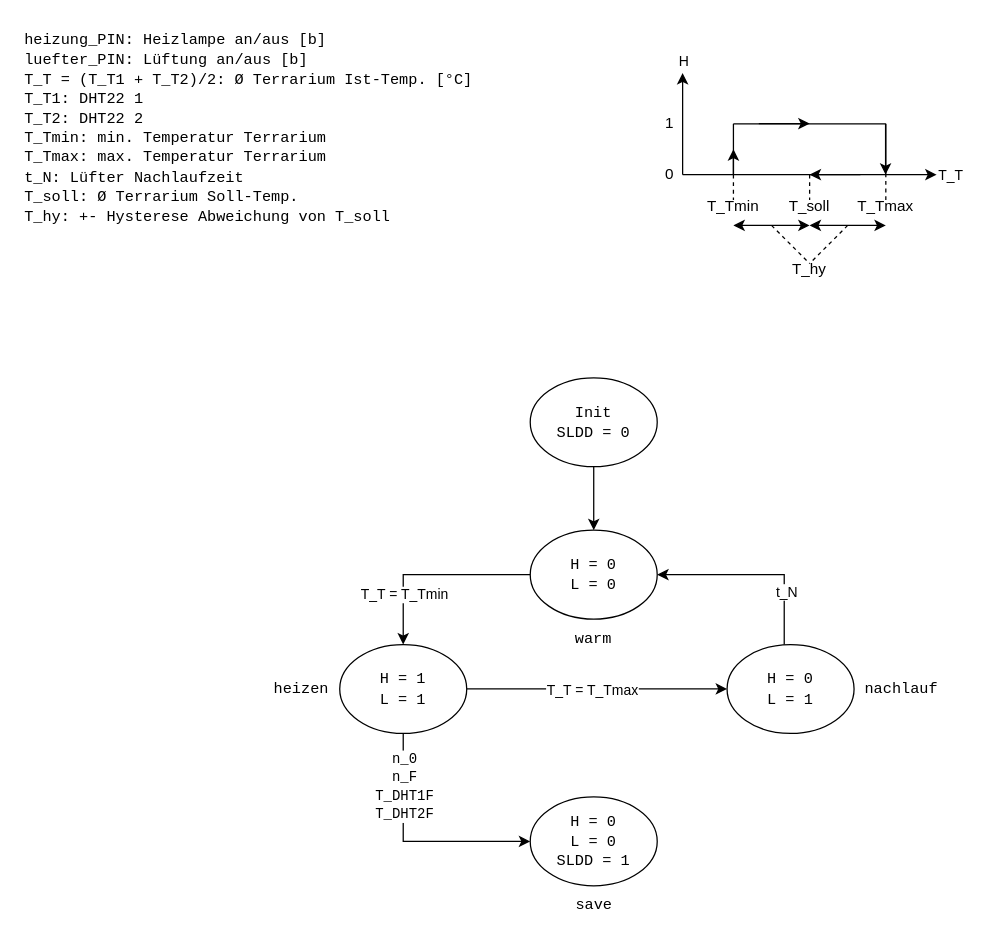
vasing/PCLueftersteuerung keeps this draw.io diagram as page "SW" (1 of 2) of architecture.drawio. Above is the earlier version. Source tidied: cells renumbered, new cells numbered last; positions are measured from the earlier drawing's top-left corner, leaving out a move shared by most shapes. Both pictures are drawn from the tidied source at 127%, with x=0, y=0 at pixel (22, 22).
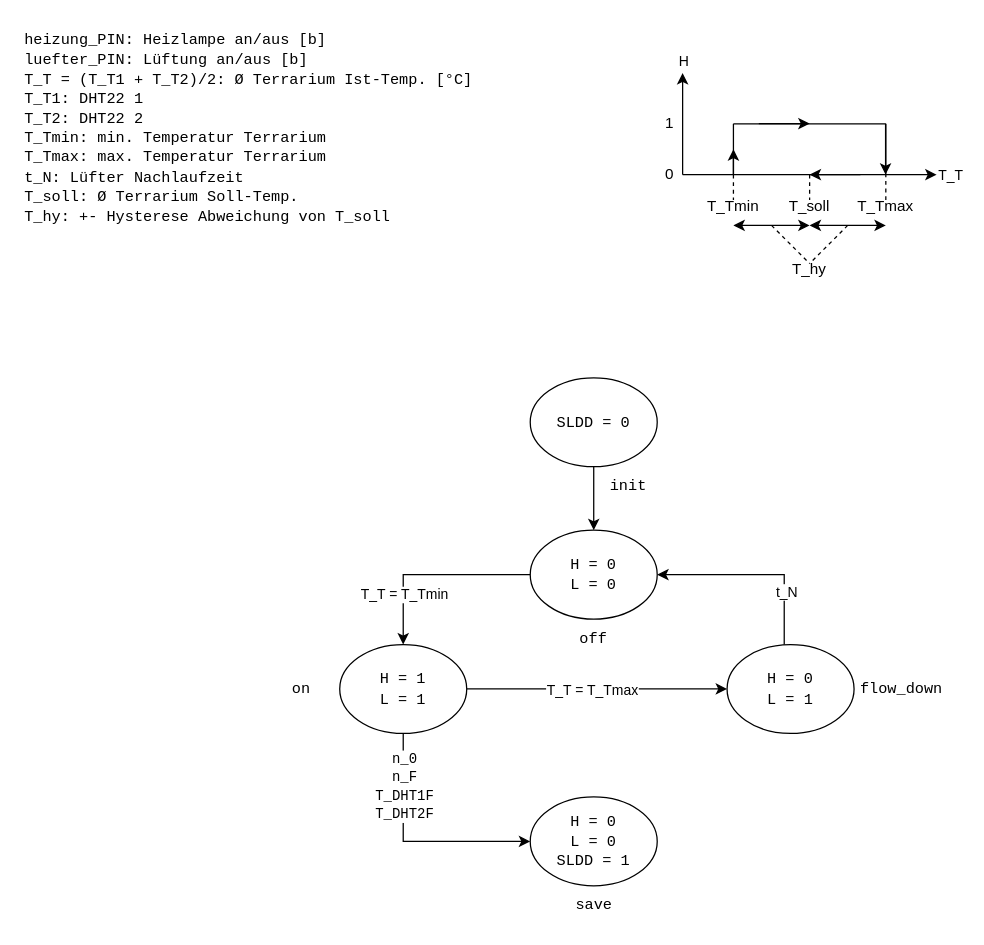
The same page after the edit.

The change refers to these unchanged cells:
```xml
<mxCell id="5" style="group;" parent="1" vertex="1">
  <mxGeometry x="385" y="400" width="130" height="100" as="geometry" />
</mxCell>
```

The edit, as a diff of the source:
```diff
@@
-    <mxCell id="3" value="&lt;font face=&quot;Courier New&quot;&gt;Init&lt;br&gt;SLDD = 0&lt;/font&gt;&lt;font face=&quot;Courier New&quot;&gt;&lt;br&gt;&lt;/font&gt;" style="ellipse;whiteSpace=wrap;html=1;" parent="1" vertex="1">
+    <mxCell id="3" value="&lt;font face=&quot;Courier New&quot;&gt;SLDD = 0&lt;/font&gt;&lt;font face=&quot;Courier New&quot;&gt;&lt;br&gt;&lt;/font&gt;" style="ellipse;whiteSpace=wrap;html=1;" parent="1" vertex="1">
       <mxGeometry x="400" y="280" width="100" height="70" as="geometry" />
     </mxCell>
@@
-    <mxCell id="7" value="&lt;font face=&quot;Courier New&quot;&gt;warm&lt;/font&gt;" style="text;html=1;align=center;verticalAlign=middle;whiteSpace=wrap;rounded=0;" parent="5" vertex="1">
+    <mxCell id="7" value="&lt;font face=&quot;Courier New&quot;&gt;off&lt;/font&gt;" style="text;html=1;align=center;verticalAlign=middle;whiteSpace=wrap;rounded=0;" parent="5" vertex="1">
       <mxGeometry y="70" width="130" height="30" as="geometry" />
     </mxCell>
@@
-    <mxCell id="17" value="&lt;font face=&quot;Courier New&quot;&gt;heizen&lt;/font&gt;" style="text;html=1;align=center;verticalAlign=middle;whiteSpace=wrap;rounded=0;" parent="1" vertex="1">
+    <mxCell id="17" value="&lt;font face=&quot;Courier New&quot;&gt;on&lt;/font&gt;" style="text;html=1;align=center;verticalAlign=middle;whiteSpace=wrap;rounded=0;" parent="1" vertex="1">
       <mxGeometry x="190" y="510" width="60" height="30" as="geometry" />
     </mxCell>
@@
-    <mxCell id="19" value="&lt;font face=&quot;Courier New&quot;&gt;nachlauf&lt;/font&gt;" style="text;html=1;align=center;verticalAlign=middle;whiteSpace=wrap;rounded=0;" parent="1" vertex="1">
+    <mxCell id="19" value="&lt;font face=&quot;Courier New&quot;&gt;flow_down&lt;/font&gt;" style="text;html=1;align=center;verticalAlign=middle;whiteSpace=wrap;rounded=0;" parent="1" vertex="1">
       <mxGeometry x="655" y="510" width="75" height="30" as="geometry" />
     </mxCell>
@@
+    <mxCell id="47" value="&lt;font face=&quot;Courier New&quot;&gt;init&lt;/font&gt;" style="text;html=1;align=center;verticalAlign=middle;whiteSpace=wrap;rounded=0;" parent="1" vertex="1">
+      <mxGeometry x="455" y="350" width="45" height="30" as="geometry" />
+    </mxCell>
```
